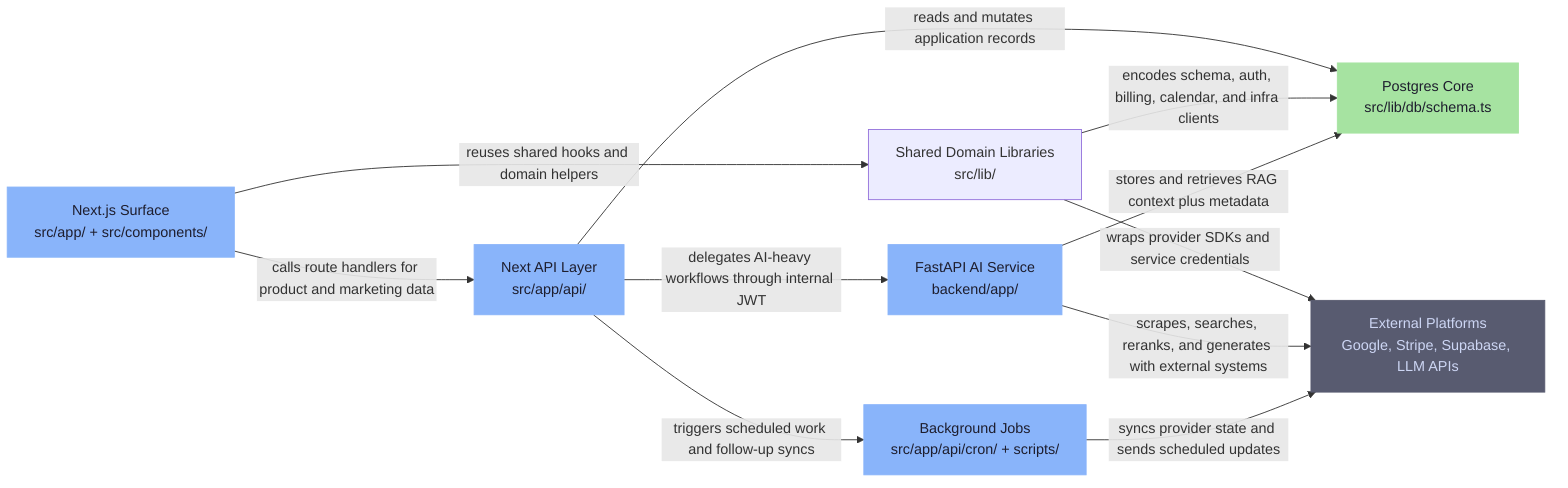
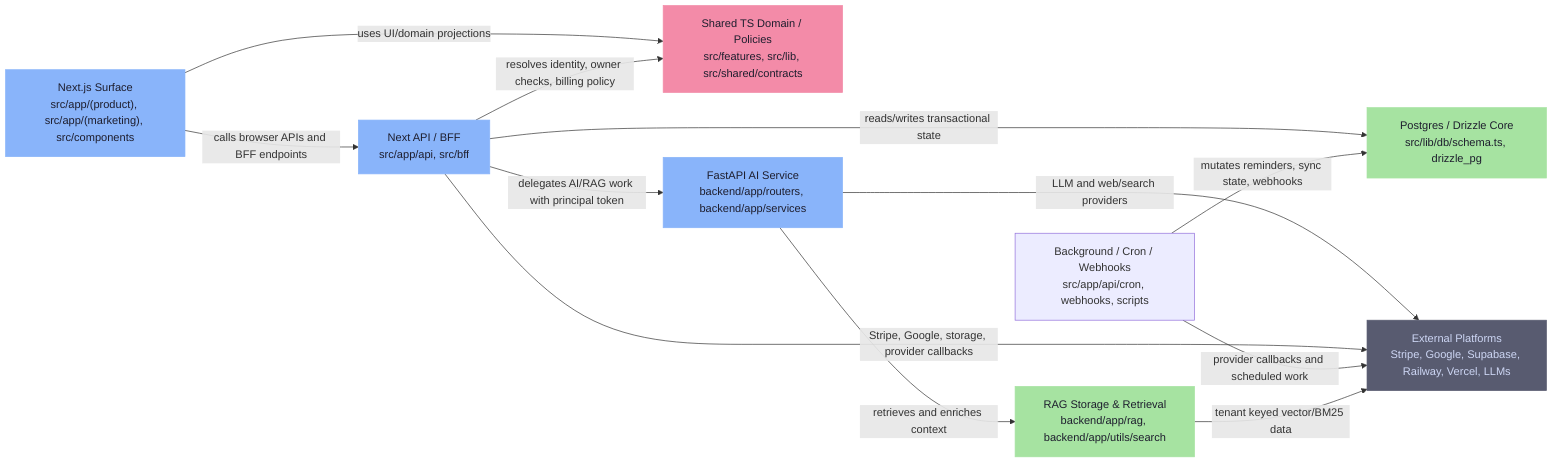
graph LR
-     nextjs-surface["Next.js Surface\nsrc/app/ + src/components/"]
-     next-api["Next API Layer\nsrc/app/api/"]
-     shared-domain-libs["Shared Domain Libraries\nsrc/lib/"]
-     postgres-core["Postgres Core\nsrc/lib/db/schema.ts"]
-     fastapi-ai["FastAPI AI Service\nbackend/app/"]
-     background-jobs["Background Jobs\nsrc/app/api/cron/ + scripts/"]
-     external-platforms["External Platforms\nGoogle, Stripe, Supabase, LLM APIs"]
+     nextjs-surface["Next.js Surface\nsrc/app/(product), src/app/(marketing), src/components"]
+     next-api["Next API / BFF\nsrc/app/api, src/bff"]
+     shared-domain-libs["Shared TS Domain / Policies\nsrc/features, src/lib, src/shared/contracts"]
+     fastapi-ai["FastAPI AI Service\nbackend/app/routers, backend/app/services"]
+     postgres-core["Postgres / Drizzle Core\nsrc/lib/db/schema.ts, drizzle_pg"]
+     rag-storage["RAG Storage & Retrieval\nbackend/app/rag, backend/app/utils/search"]
+     background-jobs["Background / Cron / Webhooks\nsrc/app/api/cron, webhooks, scripts"]
+     external-platforms["External Platforms\nStripe, Google, Supabase, Railway, Vercel, LLMs"]

-     nextjs-surface -->|"calls route handlers for product and marketing data"| next-api
-     nextjs-surface -->|"reuses shared hooks and domain helpers"| shared-domain-libs
-     next-api -->|"reads and mutates application records"| postgres-core
-     next-api -->|"delegates AI-heavy workflows through internal JWT"| fastapi-ai
-     next-api -->|"triggers scheduled work and follow-up syncs"| background-jobs
-     shared-domain-libs -->|"encodes schema, auth, billing, calendar, and infra clients"| postgres-core
-     shared-domain-libs -->|"wraps provider SDKs and service credentials"| external-platforms
-     fastapi-ai -->|"stores and retrieves RAG context plus metadata"| postgres-core
-     fastapi-ai -->|"scrapes, searches, reranks, and generates with external systems"| external-platforms
-     background-jobs -->|"syncs provider state and sends scheduled updates"| external-platforms
+     nextjs-surface -->|calls browser APIs and BFF endpoints| next-api
+     nextjs-surface -->|uses UI/domain projections| shared-domain-libs
+     next-api -->|resolves identity, owner checks, billing policy| shared-domain-libs
+     next-api -->|reads/writes transactional state| postgres-core
+     next-api -->|delegates AI/RAG work with principal token| fastapi-ai
+     fastapi-ai -->|retrieves and enriches context| rag-storage
+     fastapi-ai -->|LLM and web/search providers| external-platforms
+     next-api -->|Stripe, Google, storage, provider callbacks| external-platforms
+     background-jobs -->|mutates reminders, sync state, webhooks| postgres-core
+     background-jobs -->|provider callbacks and scheduled work| external-platforms
+     rag-storage -->|tenant keyed vector/BM25 data| external-platforms

    classDef external fill:#585b70,stroke:#585b70,color:#cdd6f4
+     classDef concern fill:#f38ba8,stroke:#f38ba8,color:#1e1e2e
+     classDef entry fill:#89b4fa,stroke:#89b4fa,color:#1e1e2e
    classDef store fill:#a6e3a1,stroke:#a6e3a1,color:#1e1e2e
-     classDef entry fill:#89b4fa,stroke:#89b4fa,color:#1e1e2e
-     class nextjs-surface,next-api,fastapi-ai,background-jobs entry
-     class postgres-core store
+     class nextjs-surface,next-api,fastapi-ai entry
+     class postgres-core,rag-storage store
    class external-platforms external
+     class shared-domain-libs concern
